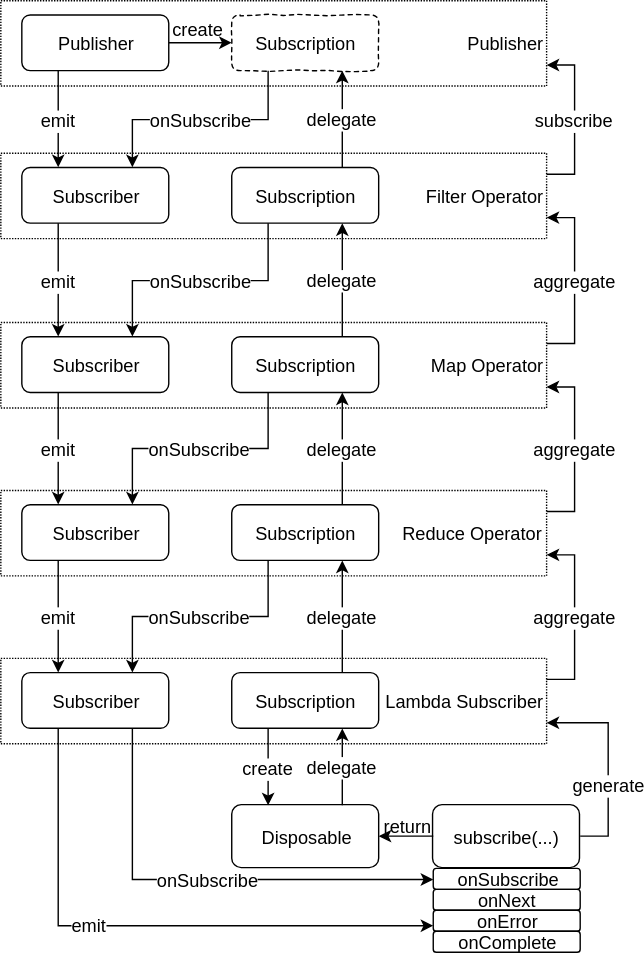
This is doc/rxjava/Reactive-Model.svg from XDean/Share, a draw.io export, as it was before one commit. Source tidied: cells renumbered, new cells last; positions are measured from the earlier drawing's top-left corner, leaving out a move shared by most shapes.
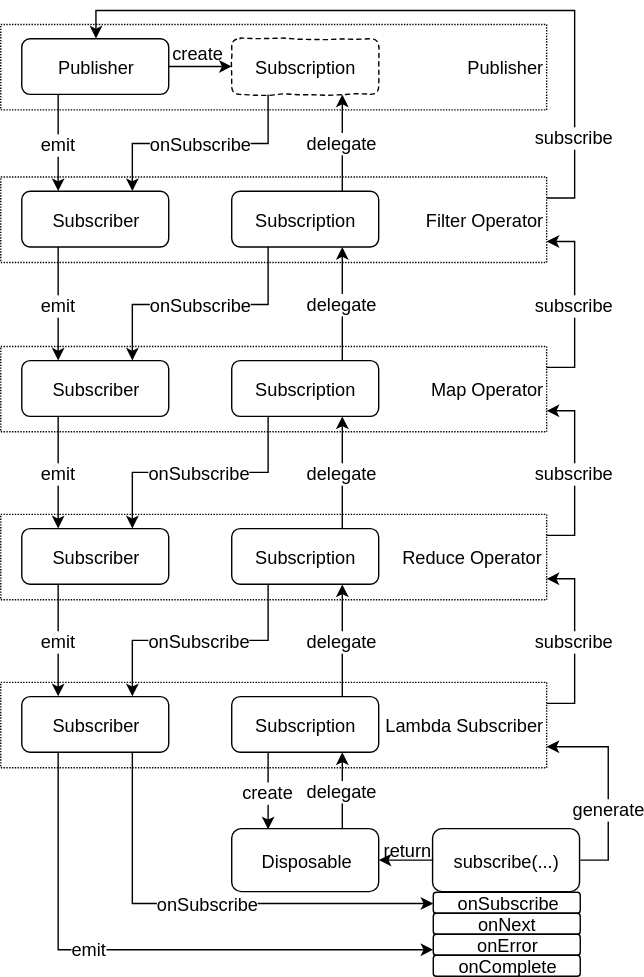
After the commit.

What changed in the source:
```diff
@@ -107,17 +107,17 @@
     <mxCell id="36" value="create" style="edgeStyle=orthogonalEdgeStyle;rounded=0;html=1;exitX=0.25;exitY=1;entryX=0.25;entryY=0;labelBackgroundColor=#ffffff;jettySize=auto;strokeColor=#000000;fontSize=13;" parent="1" edge="1" source="17" target="35">
       <mxGeometry relative="1" as="geometry" />
     </mxCell>
-    <mxCell id="37" value="aggregate" style="edgeStyle=orthogonalEdgeStyle;rounded=0;html=1;exitX=1;exitY=0.25;entryX=1;entryY=0.75;labelBackgroundColor=#ffffff;jettySize=auto;strokeColor=#000000;fontSize=13;" parent="1" edge="1" source="15" target="11">
+    <mxCell id="37" value="subscribe" style="edgeStyle=orthogonalEdgeStyle;rounded=0;html=1;exitX=1;exitY=0.25;entryX=1;entryY=0.75;labelBackgroundColor=#ffffff;jettySize=auto;strokeColor=#000000;fontSize=13;" parent="1" edge="1" source="15" target="11">
       <mxGeometry relative="1" as="geometry" />
     </mxCell>
-    <mxCell id="38" value="aggregate" style="edgeStyle=orthogonalEdgeStyle;rounded=0;html=1;entryX=1;entryY=0.75;labelBackgroundColor=#ffffff;jettySize=auto;strokeColor=#000000;fontSize=13;exitX=1;exitY=0.25;" parent="1" edge="1" source="11" target="7">
+    <mxCell id="38" value="subscribe" style="edgeStyle=orthogonalEdgeStyle;rounded=0;html=1;entryX=1;entryY=0.75;labelBackgroundColor=#ffffff;jettySize=auto;strokeColor=#000000;fontSize=13;exitX=1;exitY=0.25;" parent="1" edge="1" source="11" target="7">
       <mxGeometry relative="1" as="geometry" />
     </mxCell>
-    <mxCell id="39" value="aggregate" style="edgeStyle=orthogonalEdgeStyle;rounded=0;html=1;entryX=1;entryY=0.75;labelBackgroundColor=#ffffff;jettySize=auto;strokeColor=#000000;fontSize=13;exitX=1;exitY=0.25;" parent="1" edge="1" source="7" target="3">
+    <mxCell id="39" value="subscribe" style="edgeStyle=orthogonalEdgeStyle;rounded=0;html=1;entryX=1;entryY=0.75;labelBackgroundColor=#ffffff;jettySize=auto;strokeColor=#000000;fontSize=13;exitX=1;exitY=0.25;" parent="1" edge="1" source="7" target="3">
       <mxGeometry relative="1" as="geometry" />
     </mxCell>
-    <mxCell id="40" value="subscribe" style="edgeStyle=orthogonalEdgeStyle;rounded=0;html=1;exitX=1;exitY=0.25;entryX=1;entryY=0.75;labelBackgroundColor=#ffffff;jettySize=auto;strokeColor=#000000;fontSize=13;" parent="1" edge="1" source="3" target="19">
-      <mxGeometry relative="1" as="geometry" />
+    <mxCell id="40" value="subscribe" style="edgeStyle=orthogonalEdgeStyle;rounded=0;html=1;exitX=1;exitY=0.25;entryX=0.5;entryY=0;labelBackgroundColor=#ffffff;jettySize=auto;strokeColor=#000000;fontSize=13;" parent="1" edge="1" source="3" target="21">
+      <mxGeometry x="-0.75" relative="1" as="geometry" />
     </mxCell>
     <mxCell id="41" value="emit&lt;br&gt;" style="edgeStyle=orthogonalEdgeStyle;rounded=0;html=1;exitX=0.25;exitY=1;entryX=0.25;entryY=0;labelBackgroundColor=#ffffff;jettySize=auto;strokeColor=#000000;fontSize=13;" parent="1" edge="1" source="21" target="4">
       <mxGeometry relative="1" as="geometry" />
```
